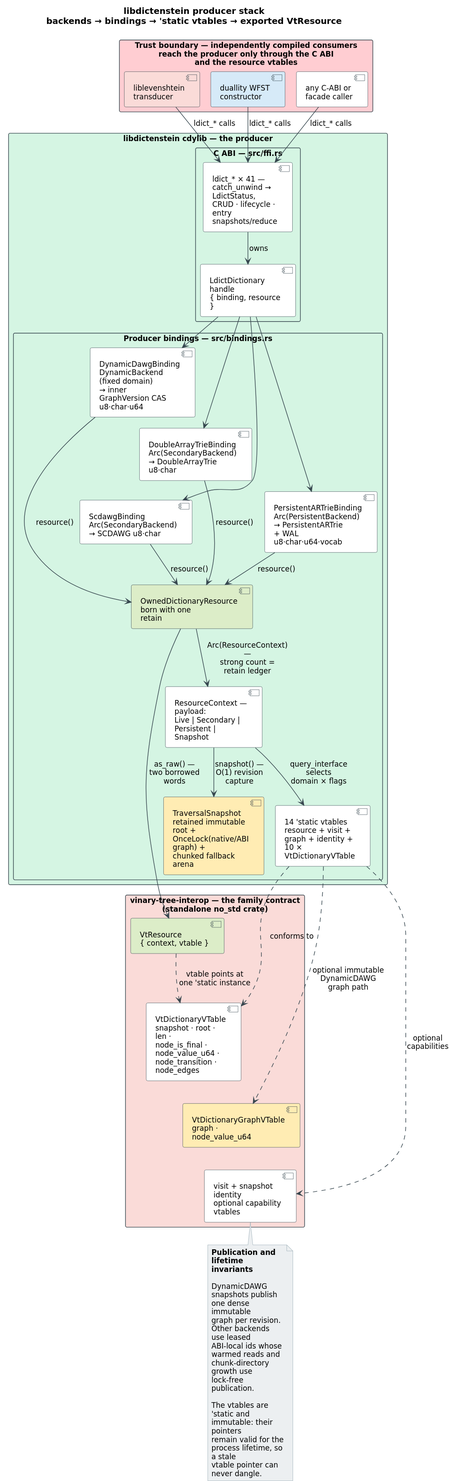
Before: docs/diagrams/abi-producer-component.svg, a diagram exported from PlantUML (vinary-tree/libdictenstein). Its source is kept beside it as docs/diagrams/src/abi-producer-component.puml. The source it was exported from:
```plantuml
@startuml abi-producer-component
!pragma layout smetana
top to bottom direction
skinparam backgroundColor #FFFFFF
skinparam defaultFontName "DejaVu Sans"
skinparam shadowing false
skinparam wrapWidth 120
skinparam ArrowColor #37474F
skinparam packageStyle rectangle
skinparam componentBorderColor #37474F
skinparam rectangleBorderColor #B71C1C
skinparam packageBorderColor #37474F
skinparam noteBackgroundColor #ECEFF1
skinparam noteBorderColor #90A4AE
skinparam defaultFontSize 12
skinparam nodesep 6
skinparam ranksep 24

title libdictenstein producer stack\nbackends → bindings → 'static vtables → exported VtResource

rectangle "**Trust boundary** — independently compiled consumers\nreach the producer only through the C ABI\nand the resource vtables" as consumers #FFCDD2 {
  component "liblevenshtein\ntransducer" as llev #FADBD8
  component "duallity WFST\nconstructor" as dual #D6EAF8
  component "any C-ABI or\nfacade caller" as ccaller #FFFFFF
}

package "libdictenstein cdylib — the producer" #D5F5E3 {
  package "C ABI — src/ffi.rs" {
    component "ldict_* × 41 — catch_unwind → LdictStatus,\nCRUD · lifecycle · entry snapshots/reduce" as ffi #FFFFFF
    component "LdictDictionary handle\n{ binding, resource }" as handle #FFFFFF
  }

  package "Producer bindings — src/bindings.rs" {
    component "DynamicDawgBinding\nDynamicBackend (fixed domain)\n→ inner GraphVersion CAS u8·char·u64" as dynb #FFFFFF
    component "DoubleArrayTrieBinding\nArc(SecondaryBackend)\n→ DoubleArrayTrie u8·char" as datb #FFFFFF
    component "ScdawgBinding\nArc(SecondaryBackend)\n→ SCDAWG u8·char" as scdb #FFFFFF
    component "PersistentARTrieBinding\nArc(PersistentBackend)\n→ PersistentARTrie + WAL\nu8·char·u64·vocab" as perb #FFFFFF
    component "OwnedDictionaryResource\nborn with one retain" as owned #DCEDC8
    component "ResourceContext — payload:\nLive | Secondary |\nPersistent | Snapshot" as ctx #FFFFFF
    component "TraversalSnapshot\nretained immutable root +\nOnceLock(native/ABI graph) +\nchunked fallback arena" as snap #FFECB3
    component "14 'static vtables\nresource + visit + graph + identity +\n10 × VtDictionaryVTable" as statics #FFFFFF
  }
}

package "vinary-tree-interop — the family contract\n(standalone no_std crate)" #FADBD8 {
  component "VtResource\n{ context, vtable }" as vtres #DCEDC8
  component "VtDictionaryVTable\nsnapshot · root · len ·\nnode_is_final · node_value_u64 ·\nnode_transition · node_edges" as vtdict #FFFFFF
  component "VtDictionaryGraphVTable\ngraph · node_value_u64" as vtgraph #FFECB3
  component "visit + snapshot identity\noptional capability vtables" as vtoptional #FFFFFF
}

dynb -[hidden]right- datb
scdb -[hidden]right- perb
dynb -[hidden]down- scdb

vtres -[hidden]down- vtdict
vtdict -[hidden]down- vtgraph
vtgraph -[hidden]down- vtoptional
statics -[hidden]down- vtres

llev -down-> ffi : ldict_* calls
dual -down-> ffi : ldict_* calls
ccaller -down-> ffi : ldict_* calls
ffi -down-> handle : owns
handle -down-> dynb
handle -down-> datb
handle -down-> scdb
handle -down-> perb

dynb -down-> owned : resource()
datb -down-> owned : resource()
scdb -down-> owned : resource()
perb -down-> owned : resource()
owned -down-> ctx : Arc(ResourceContext) —\nstrong count = retain ledger
ctx -down-> snap : snapshot() —\nO(1) revision capture
ctx -down-> statics : query_interface selects\ndomain × flags
owned -down-> vtres : as_raw() —\ntwo borrowed words
statics .down.> vtdict : conforms to
statics .down.> vtgraph : optional immutable\nDynamicDAWG graph path
statics .down.> vtoptional : optional capabilities
vtres .right.> vtdict : vtable points at\none 'static instance

note bottom of vtoptional
  **Publication and lifetime invariants**

  DynamicDAWG snapshots publish one dense immutable
  graph per revision. Other backends use leased
  ABI-local ids whose warmed reads and chunk-directory
  growth use lock-free publication.

  The vtables are 'static and immutable: their pointers
  remain valid for the process lifetime, so a stale
  vtable pointer can never dangle.
end note
@enduml
```
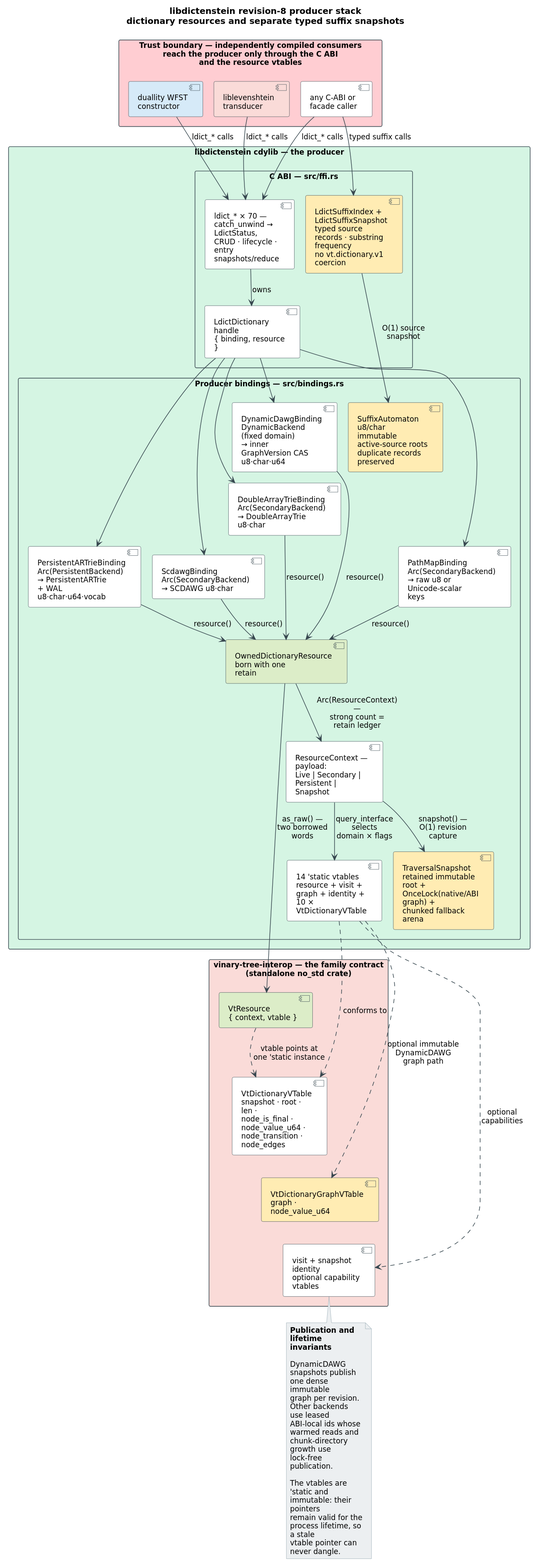
The same diagram one commit later.

Commit message:
Document revision-8 PathMap and suffix-source contracts across producer and Julia APIs

What changed in the source:
```diff
@@ -16,7 +16,7 @@
 skinparam nodesep 6
 skinparam ranksep 24
 
-title libdictenstein producer stack\nbackends → bindings → 'static vtables → exported VtResource
+title libdictenstein revision-8 producer stack\ndictionary resources and separate typed suffix snapshots
 
 rectangle "**Trust boundary** — independently compiled consumers\nreach the producer only through the C ABI\nand the resource vtables" as consumers #FFCDD2 {
   component "liblevenshtein\ntransducer" as llev #FADBD8
@@ -26,15 +26,18 @@
 
 package "libdictenstein cdylib — the producer" #D5F5E3 {
   package "C ABI — src/ffi.rs" {
-    component "ldict_* × 41 — catch_unwind → LdictStatus,\nCRUD · lifecycle · entry snapshots/reduce" as ffi #FFFFFF
+    component "ldict_* × 70 — catch_unwind → LdictStatus,\nCRUD · lifecycle · entry snapshots/reduce" as ffi #FFFFFF
     component "LdictDictionary handle\n{ binding, resource }" as handle #FFFFFF
+    component "LdictSuffixIndex + LdictSuffixSnapshot\ntyped source records · substring frequency\nno vt.dictionary.v1 coercion" as suffix #FFECB3
   }
 
   package "Producer bindings — src/bindings.rs" {
     component "DynamicDawgBinding\nDynamicBackend (fixed domain)\n→ inner GraphVersion CAS u8·char·u64" as dynb #FFFFFF
     component "DoubleArrayTrieBinding\nArc(SecondaryBackend)\n→ DoubleArrayTrie u8·char" as datb #FFFFFF
     component "ScdawgBinding\nArc(SecondaryBackend)\n→ SCDAWG u8·char" as scdb #FFFFFF
+    component "PathMapBinding\nArc(SecondaryBackend)\n→ raw u8 or Unicode-scalar keys" as pathb #FFFFFF
     component "PersistentARTrieBinding\nArc(PersistentBackend)\n→ PersistentARTrie + WAL\nu8·char·u64·vocab" as perb #FFFFFF
+    component "SuffixAutomaton u8/char\nimmutable active-source roots\nduplicate records preserved" as suffixcore #FFECB3
     component "OwnedDictionaryResource\nborn with one retain" as owned #DCEDC8
     component "ResourceContext — payload:\nLive | Secondary |\nPersistent | Snapshot" as ctx #FFFFFF
     component "TraversalSnapshot\nretained immutable root +\nOnceLock(native/ABI graph) +\nchunked fallback arena" as snap #FFECB3
@@ -50,7 +53,8 @@
 }
 
 dynb -[hidden]right- datb
-scdb -[hidden]right- perb
+scdb -[hidden]right- pathb
+pathb -[hidden]right- perb
 dynb -[hidden]down- scdb
 
 vtres -[hidden]down- vtdict
@@ -61,15 +65,19 @@
 llev -down-> ffi : ldict_* calls
 dual -down-> ffi : ldict_* calls
 ccaller -down-> ffi : ldict_* calls
+ccaller -down-> suffix : typed suffix calls
 ffi -down-> handle : owns
+suffix -down-> suffixcore : O(1) source snapshot
 handle -down-> dynb
 handle -down-> datb
 handle -down-> scdb
+handle -down-> pathb
 handle -down-> perb
 
 dynb -down-> owned : resource()
 datb -down-> owned : resource()
 scdb -down-> owned : resource()
+pathb -down-> owned : resource()
 perb -down-> owned : resource()
 owned -down-> ctx : Arc(ResourceContext) —\nstrong count = retain ledger
 ctx -down-> snap : snapshot() —\nO(1) revision capture
```
